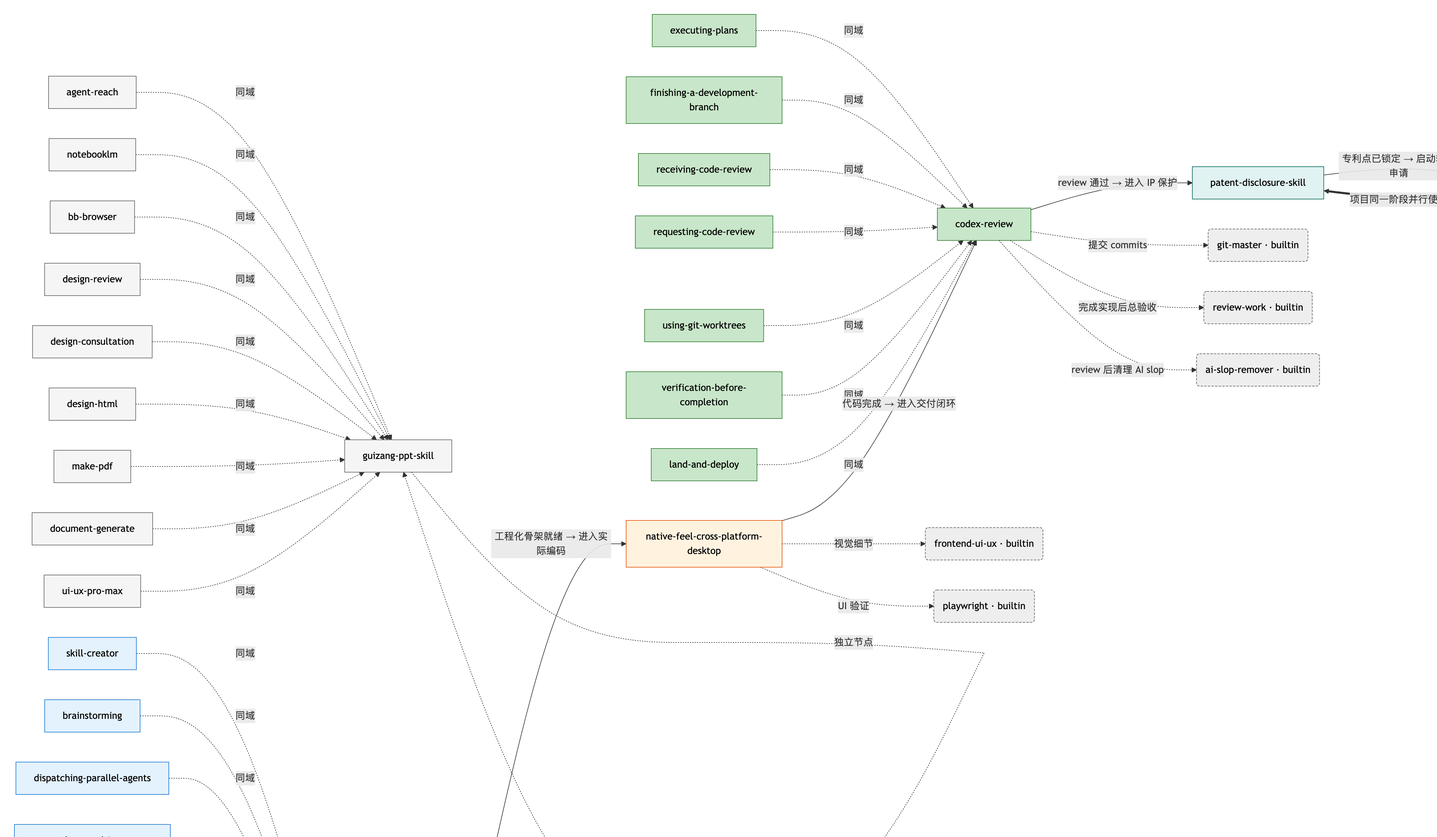
Above: data-mirror/skills-graph.png in zjgulai/Agent_skills (Mermaid), before the change. Its source is kept beside it as data-mirror/skills-graph.mmd.
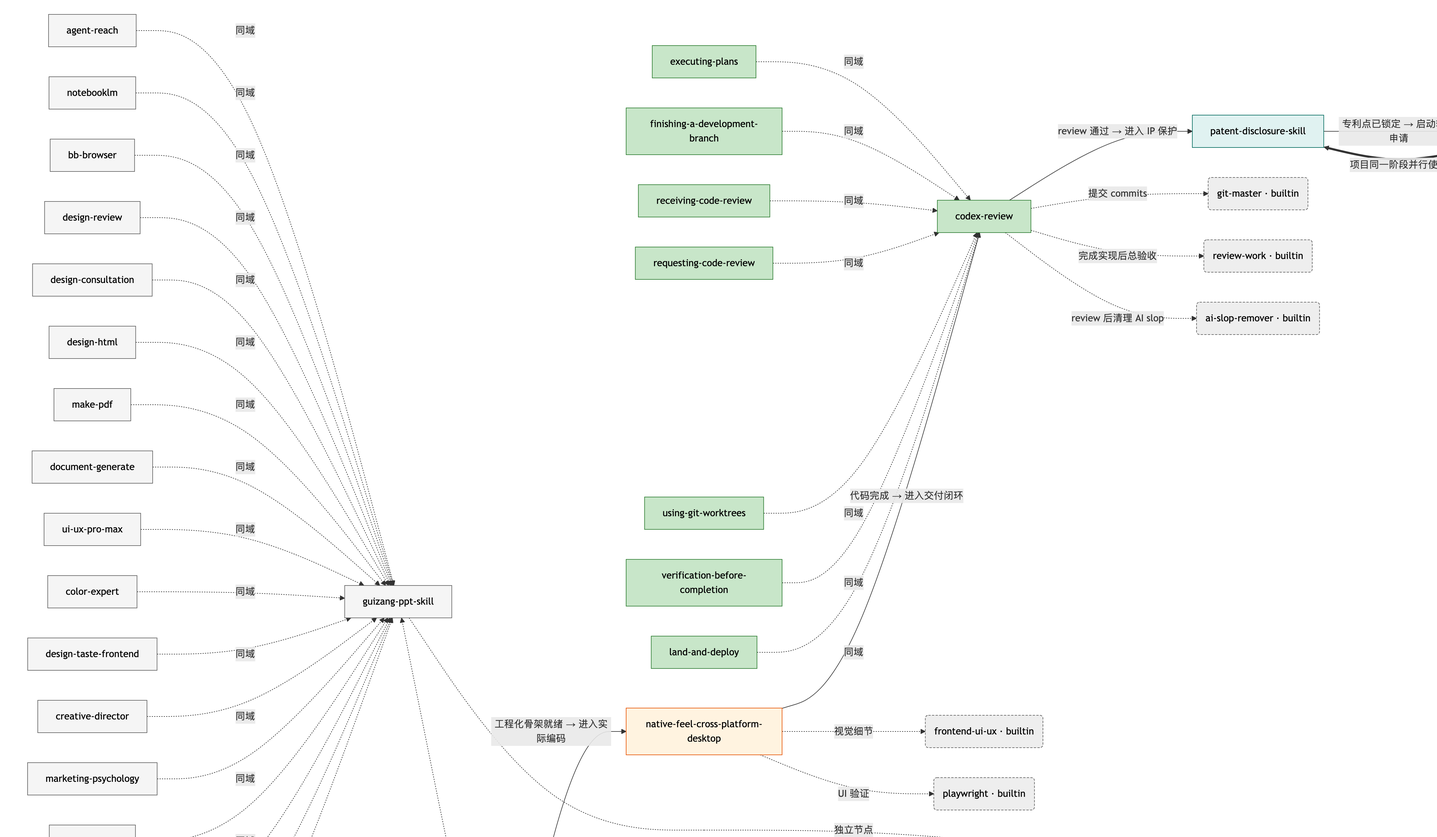
Above is the later version.

Commit message:
feat(skills): add 8 upstream-real skills found via dry-scan (State 9)

The edit, as a diff of the source:
```diff
@@ -76,6 +76,30 @@
 
     UUPM[ui-ux-pro-max]:::toolingDomain
 
+
+    CE[color-expert]:::toolingDomain
+
+
+    DTF[design-taste-frontend]:::toolingDomain
+
+
+    CD[creative-director]:::toolingDomain
+
+
+    MP2[marketing-psychology]:::toolingDomain
+
+
+    C[copywriting]:::toolingDomain
+
+
+    HF[hig-foundations]:::toolingDomain
+
+
+    HP[hig-platforms]:::toolingDomain
+
+
+    HCC[hig-components-controls]:::toolingDomain
+
     GM(git-master · builtin):::builtin
     RW(review-work · builtin):::builtin
     ASR(ai-slop-remover · builtin):::builtin
@@ -119,6 +143,14 @@
     MP -. "同域" .-> GPS
     DG -. "同域" .-> GPS
     UUPM -. "同域" .-> GPS
+    CE -. "同域" .-> GPS
+    DTF -. "同域" .-> GPS
+    CD -. "同域" .-> GPS
+    MP2 -. "同域" .-> GPS
+    C -. "同域" .-> GPS
+    HF -. "同域" .-> GPS
+    HP -. "同域" .-> GPS
+    HCC -. "同域" .-> GPS
 
 
     SPT -- "idea 通过压力测试 → 进入工程化" --> ADK
```
